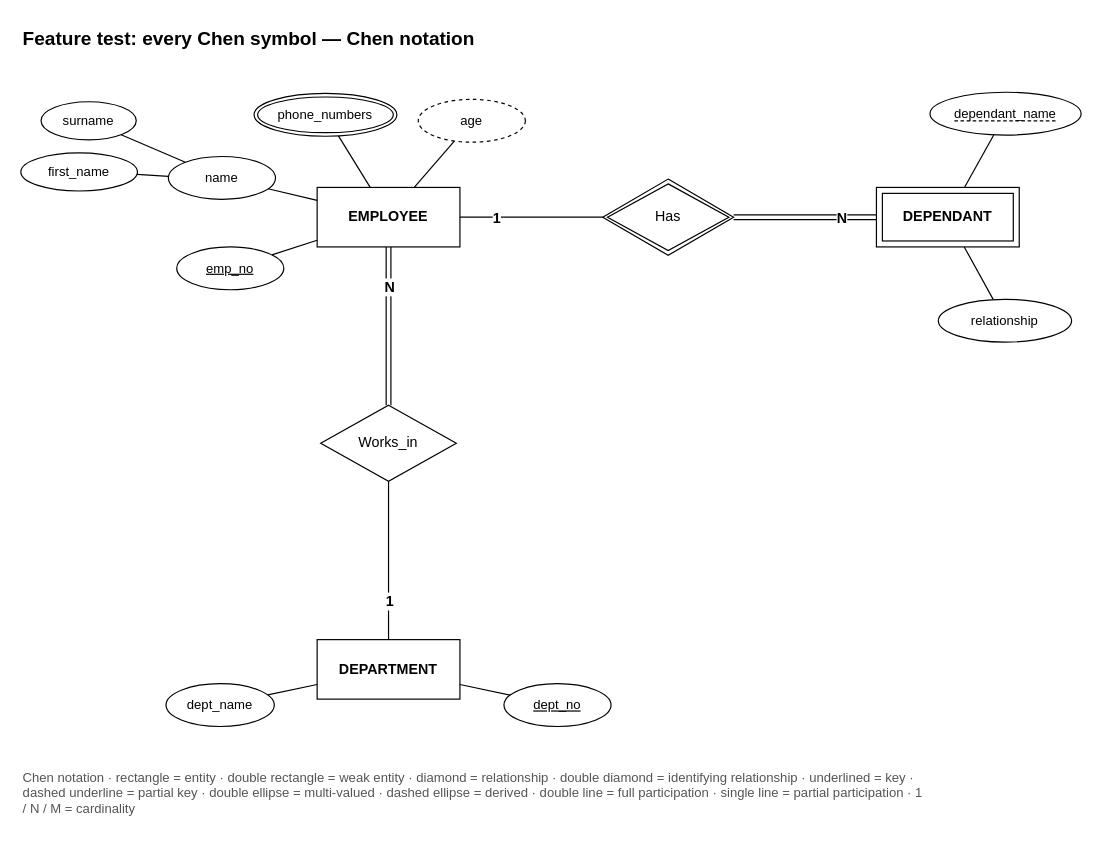
Earlier version of the draw.io diagram skills/drawio-skill/examples/erd-chen/features-chen.drawio (pearsekeenan23/drawio-skill). Source tidied: cells renumbered, new cells numbered last; positions are measured from the earlier drawing's top-left corner, leaving out a move shared by most shapes. Both pictures are drawn from the tidied source at 119%, with x=0, y=0 at pixel (20, 20).
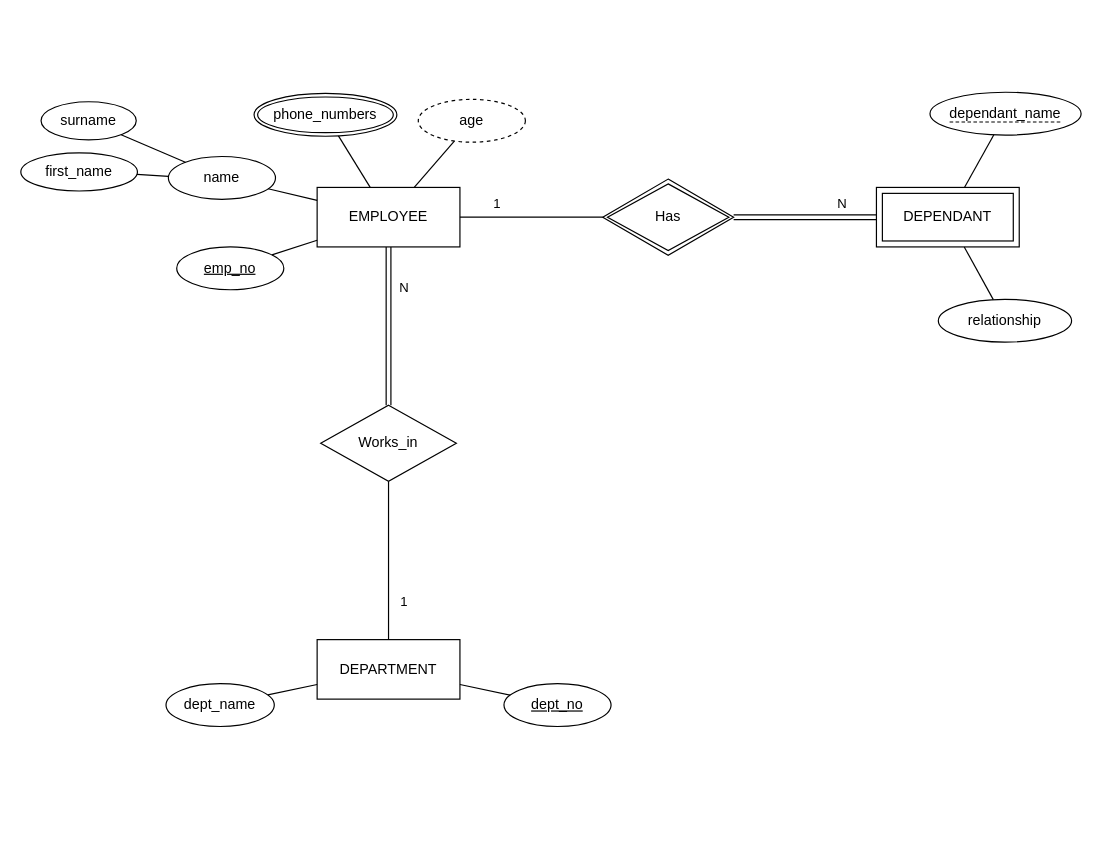
The same page after the edit.

Unchanged cells that the change refers to:
```xml
<mxCell id="28" style="endArrow=none;html=1;rounded=0;strokeColor=#000000;" parent="1" edge="1" source="3" target="6">
  <mxGeometry relative="1" as="geometry" />
</mxCell>
<mxCell id="30" style="shape=link;html=1;rounded=0;strokeColor=#000000;" parent="1" edge="1" source="4" target="6">
  <mxGeometry relative="1" as="geometry" />
</mxCell>
<mxCell id="32" style="shape=link;html=1;rounded=0;strokeColor=#000000;" parent="1" edge="1" source="3" target="7">
  <mxGeometry relative="1" as="geometry" />
</mxCell>
<mxCell id="34" style="endArrow=none;html=1;rounded=0;strokeColor=#000000;" parent="1" edge="1" source="5" target="7">
  <mxGeometry relative="1" as="geometry" />
</mxCell>
```

Diff of the diagram source:
```diff
@@
-    <mxCell id="2" value="Feature test: every Chen symbol — Chen notation" style="text;html=1;fontSize=16;fontStyle=1;align=left;verticalAlign=middle;" parent="1" vertex="1">
-      <mxGeometry width="700" height="30" as="geometry" />
-    </mxCell>
-    <mxCell id="3" value="EMPLOYEE" style="rounded=0;whiteSpace=wrap;html=1;fontStyle=1;fillColor=#ffffff;strokeColor=#000000;" parent="1" vertex="1">
+    <mxCell id="3" value="EMPLOYEE" style="rounded=0;whiteSpace=wrap;html=1;fillColor=#ffffff;strokeColor=#000000;" parent="1" vertex="1">
       <mxGeometry x="249" y="140" width="120" height="50" as="geometry" />
     </mxCell>
-    <mxCell id="4" value="DEPENDANT" style="shape=ext;margin=3;double=1;whiteSpace=wrap;html=1;fontStyle=1;fillColor=#ffffff;strokeColor=#000000;" parent="1" vertex="1">
+    <mxCell id="4" value="DEPENDANT" style="shape=ext;margin=3;double=1;whiteSpace=wrap;html=1;fillColor=#ffffff;strokeColor=#000000;" parent="1" vertex="1">
       <mxGeometry x="719" y="140" width="120" height="50" as="geometry" />
     </mxCell>
-    <mxCell id="5" value="DEPARTMENT" style="rounded=0;whiteSpace=wrap;html=1;fontStyle=1;fillColor=#ffffff;strokeColor=#000000;" parent="1" vertex="1">
+    <mxCell id="5" value="DEPARTMENT" style="rounded=0;whiteSpace=wrap;html=1;fillColor=#ffffff;strokeColor=#000000;" parent="1" vertex="1">
       <mxGeometry x="249" y="520" width="120" height="50" as="geometry" />
     </mxCell>
@@
-    <mxCell id="8" value="emp_no" style="ellipse;whiteSpace=wrap;html=1;fillColor=#ffffff;strokeColor=#000000;fontSize=11;fontStyle=4;" parent="1" vertex="1">
+    <mxCell id="8" value="emp_no" style="ellipse;whiteSpace=wrap;html=1;fillColor=#ffffff;strokeColor=#000000;fontStyle=4;" parent="1" vertex="1">
       <mxGeometry x="131" y="190" width="90" height="36" as="geometry" />
     </mxCell>
-    <mxCell id="9" value="name" style="ellipse;whiteSpace=wrap;html=1;fillColor=#ffffff;strokeColor=#000000;fontSize=11;" parent="1" vertex="1">
+    <mxCell id="9" value="name" style="ellipse;whiteSpace=wrap;html=1;fillColor=#ffffff;strokeColor=#000000;" parent="1" vertex="1">
       <mxGeometry x="124" y="114" width="90" height="36" as="geometry" />
     </mxCell>
-    <mxCell id="10" value="first_name" style="ellipse;whiteSpace=wrap;html=1;fillColor=#ffffff;strokeColor=#000000;fontSize=11;" parent="1" vertex="1">
+    <mxCell id="10" value="first_name" style="ellipse;whiteSpace=wrap;html=1;fillColor=#ffffff;strokeColor=#000000;" parent="1" vertex="1">
       <mxGeometry y="111" width="98" height="32" as="geometry" />
     </mxCell>
-    <mxCell id="11" value="surname" style="ellipse;whiteSpace=wrap;html=1;fillColor=#ffffff;strokeColor=#000000;fontSize=11;" parent="1" vertex="1">
+    <mxCell id="11" value="surname" style="ellipse;whiteSpace=wrap;html=1;fillColor=#ffffff;strokeColor=#000000;" parent="1" vertex="1">
       <mxGeometry x="17" y="68" width="80" height="32" as="geometry" />
     </mxCell>
-    <mxCell id="12" value="phone_numbers" style="ellipse;shape=doubleEllipse;margin=3;whiteSpace=wrap;html=1;fillColor=#ffffff;strokeColor=#000000;fontSize=11;" parent="1" vertex="1">
+    <mxCell id="12" value="phone_numbers" style="ellipse;shape=doubleEllipse;margin=3;whiteSpace=wrap;html=1;fillColor=#ffffff;strokeColor=#000000;" parent="1" vertex="1">
       <mxGeometry x="196" y="61" width="120" height="36" as="geometry" />
     </mxCell>
-    <mxCell id="13" value="age" style="ellipse;whiteSpace=wrap;html=1;fillColor=#ffffff;strokeColor=#000000;fontSize=11;dashed=1;" parent="1" vertex="1">
+    <mxCell id="13" value="age" style="ellipse;whiteSpace=wrap;html=1;fillColor=#ffffff;strokeColor=#000000;dashed=1;" parent="1" vertex="1">
       <mxGeometry x="334" y="66" width="90" height="36" as="geometry" />
     </mxCell>
-    <mxCell id="14" value="&lt;span style=&quot;border-bottom:1px dashed;&quot;&gt;dependant_name&lt;/span&gt;" style="ellipse;whiteSpace=wrap;html=1;fillColor=#ffffff;strokeColor=#000000;fontSize=11;" parent="1" vertex="1">
+    <mxCell id="14" value="&lt;span style=&quot;border-bottom:1px dashed;&quot;&gt;dependant_name&lt;/span&gt;" style="ellipse;whiteSpace=wrap;html=1;fillColor=#ffffff;strokeColor=#000000;" parent="1" vertex="1">
       <mxGeometry x="764" y="60" width="127" height="36" as="geometry" />
     </mxCell>
-    <mxCell id="15" value="relationship" style="ellipse;whiteSpace=wrap;html=1;fillColor=#ffffff;strokeColor=#000000;fontSize=11;" parent="1" vertex="1">
+    <mxCell id="15" value="relationship" style="ellipse;whiteSpace=wrap;html=1;fillColor=#ffffff;strokeColor=#000000;" parent="1" vertex="1">
       <mxGeometry x="771" y="234" width="112" height="36" as="geometry" />
     </mxCell>
-    <mxCell id="16" value="dept_no" style="ellipse;whiteSpace=wrap;html=1;fillColor=#ffffff;strokeColor=#000000;fontSize=11;fontStyle=4;" parent="1" vertex="1">
+    <mxCell id="16" value="dept_no" style="ellipse;whiteSpace=wrap;html=1;fillColor=#ffffff;strokeColor=#000000;fontStyle=4;" parent="1" vertex="1">
       <mxGeometry x="406" y="557" width="90" height="36" as="geometry" />
     </mxCell>
-    <mxCell id="17" value="dept_name" style="ellipse;whiteSpace=wrap;html=1;fillColor=#ffffff;strokeColor=#000000;fontSize=11;" parent="1" vertex="1">
+    <mxCell id="17" value="dept_name" style="ellipse;whiteSpace=wrap;html=1;fillColor=#ffffff;strokeColor=#000000;" parent="1" vertex="1">
       <mxGeometry x="122" y="557" width="91" height="36" as="geometry" />
     </mxCell>
@@
-    <mxCell id="29" value="1" style="edgeLabel;html=1;align=center;verticalAlign=middle;fontStyle=1;fontSize=12;labelBackgroundColor=#ffffff;" parent="28" vertex="1">
-      <mxGeometry x="-0.5" relative="1" as="geometry" />
+    <mxCell id="29" value="1" style="edgeLabel;html=1;align=center;verticalAlign=middle;labelBackgroundColor=none;" parent="28" vertex="1">
+      <mxGeometry x="-0.5" relative="1" as="geometry">
+        <mxPoint y="-12" as="offset" />
+      </mxGeometry>
     </mxCell>
@@
-    <mxCell id="31" value="N" style="edgeLabel;html=1;align=center;verticalAlign=middle;fontStyle=1;fontSize=12;labelBackgroundColor=#ffffff;" parent="30" vertex="1">
-      <mxGeometry x="-0.5" relative="1" as="geometry" />
+    <mxCell id="31" value="N" style="edgeLabel;html=1;align=center;verticalAlign=middle;labelBackgroundColor=none;" parent="30" vertex="1">
+      <mxGeometry x="-0.5" relative="1" as="geometry">
+        <mxPoint y="-12" as="offset" />
+      </mxGeometry>
     </mxCell>
@@
-    <mxCell id="33" value="N" style="edgeLabel;html=1;align=center;verticalAlign=middle;fontStyle=1;fontSize=12;labelBackgroundColor=#ffffff;" parent="32" vertex="1">
-      <mxGeometry x="-0.5" relative="1" as="geometry" />
+    <mxCell id="33" value="N" style="edgeLabel;html=1;align=center;verticalAlign=middle;labelBackgroundColor=none;" parent="32" vertex="1">
+      <mxGeometry x="-0.5" relative="1" as="geometry">
+        <mxPoint x="12" as="offset" />
+      </mxGeometry>
     </mxCell>
@@
-    <mxCell id="35" value="1" style="edgeLabel;html=1;align=center;verticalAlign=middle;fontStyle=1;fontSize=12;labelBackgroundColor=#ffffff;" parent="34" vertex="1">
-      <mxGeometry x="-0.5" relative="1" as="geometry" />
+    <mxCell id="35" value="1" style="edgeLabel;html=1;align=center;verticalAlign=middle;labelBackgroundColor=none;" parent="34" vertex="1">
+      <mxGeometry x="-0.5" relative="1" as="geometry">
+        <mxPoint x="12" as="offset" />
+      </mxGeometry>
     </mxCell>
-    <mxCell id="36" value="Chen notation · rectangle = entity · double rectangle = weak entity · diamond = relationship · double diamond = identifying relationship · underlined = key · dashed underline = partial key · double ellipse = multi-valued · dashed ellipse = derived · double line = full participation · single line = partial participation · 1 / N / M = cardinality" style="text;html=1;fontSize=11;align=left;verticalAlign=top;fontColor=#555555;whiteSpace=wrap;" parent="1" vertex="1">
-      <mxGeometry y="623" width="760" height="50" as="geometry" />
-    </mxCell>
```
